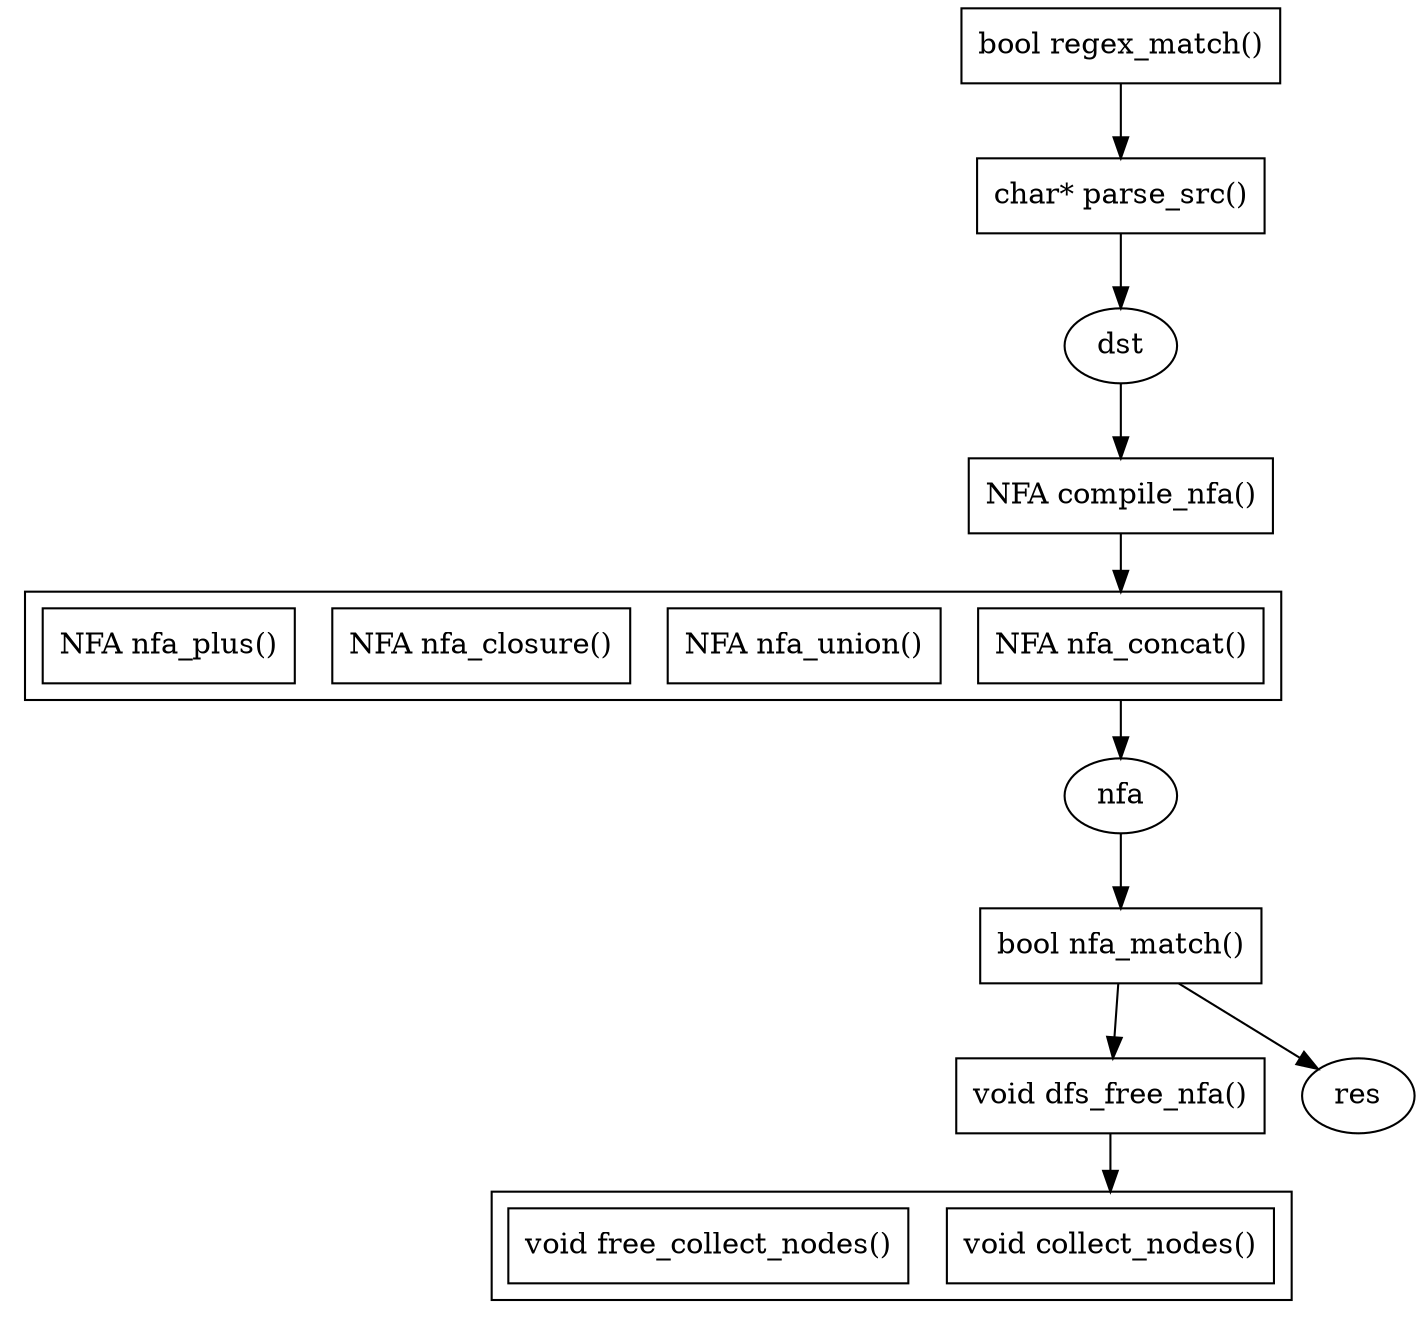
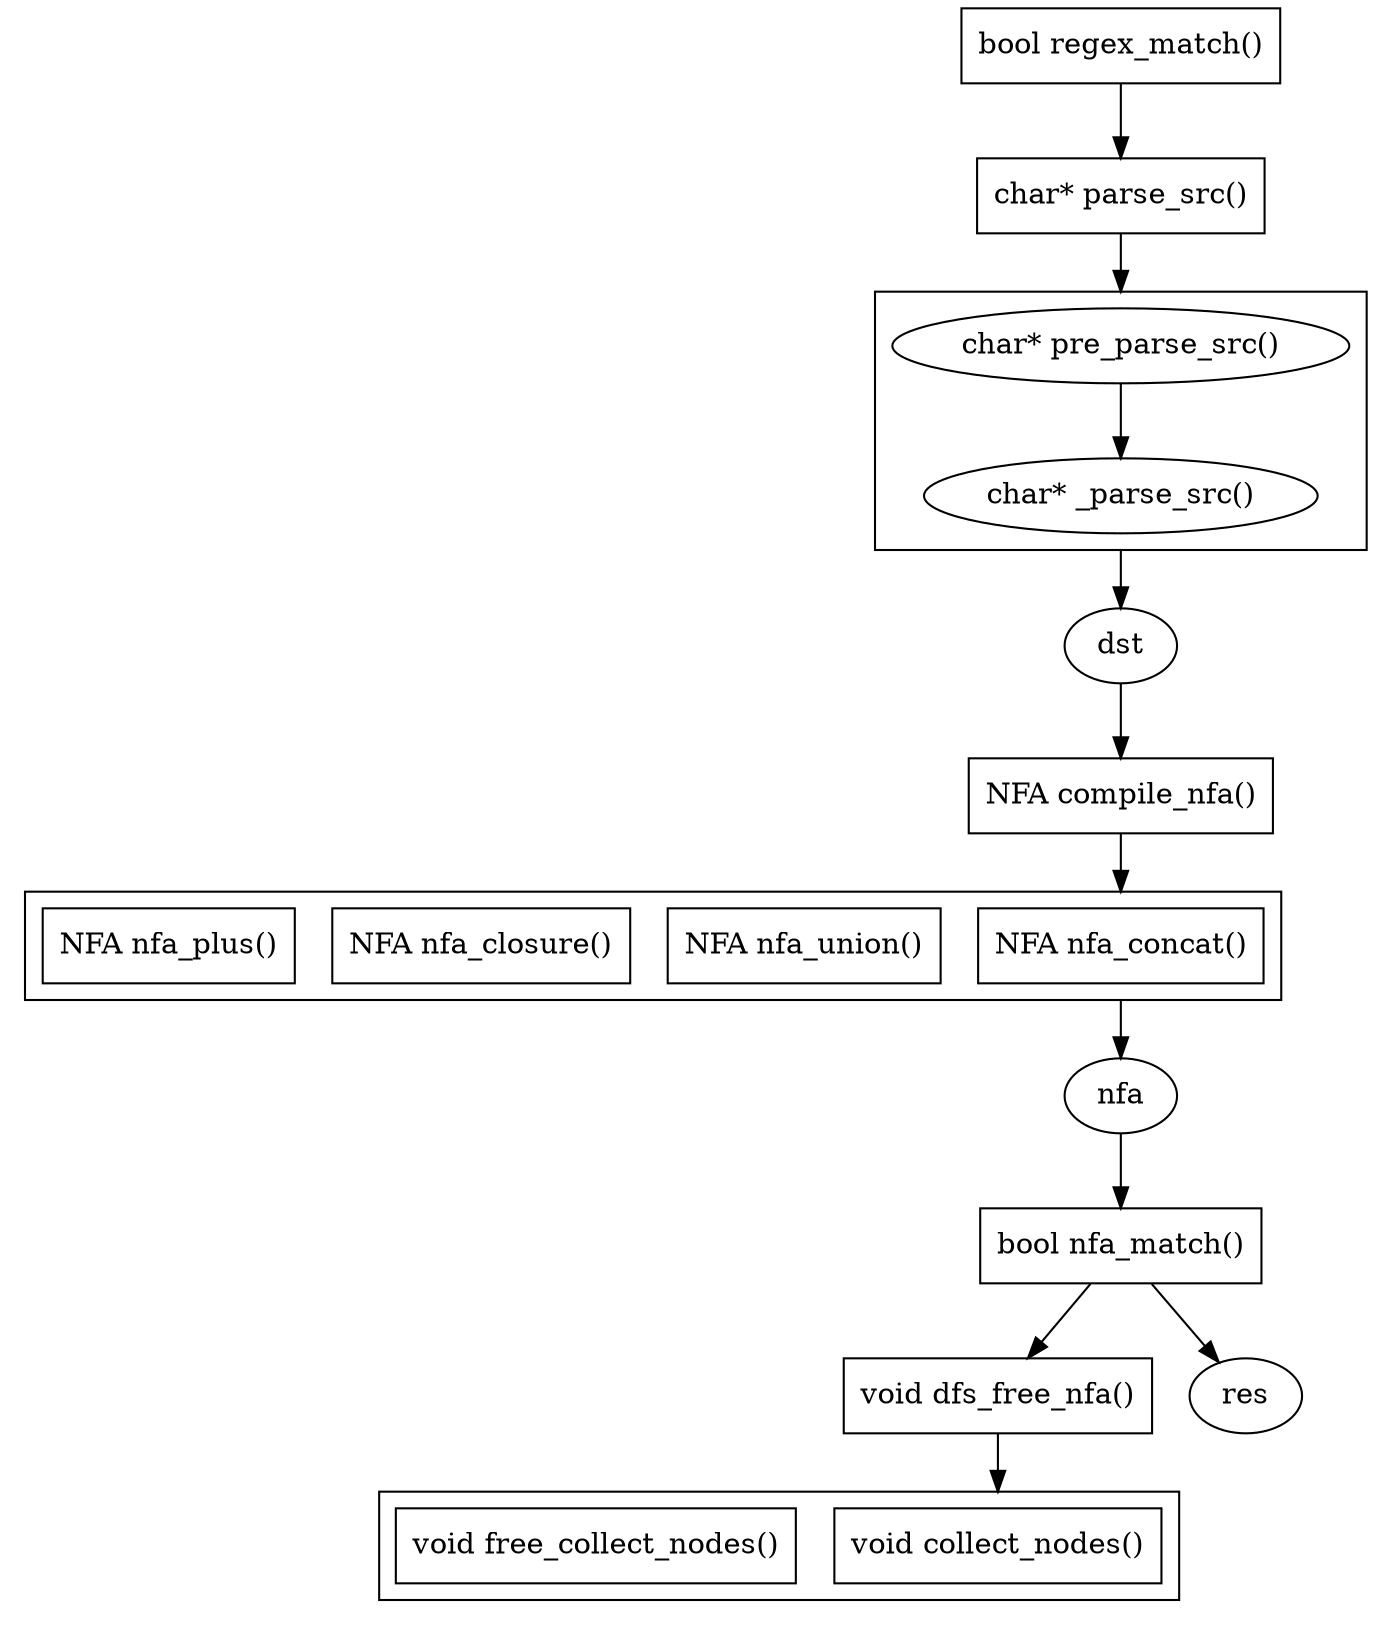
digraph G {
	rankdir = TB
	compound = true
- 	"bool regex_match()" -> "char* parse_src()" -> dst -> "NFA compile_nfa()"
+ 	"bool regex_match()" -> "char* parse_src()"
+ 		subgraph cluster_V {
+ 			 "char* pre_parse_src()" -> "char* _parse_src()"
+ 	}
+ 	"char* parse_src()" -> "char* pre_parse_src()" [lhead=cluster_V]
+ 	"char* _parse_src()" -> dst [ltail=cluster_V]
+ 
+ 	dst -> "NFA compile_nfa()"
	nfa -> "bool nfa_match()" -> "void dfs_free_nfa()"
	"bool nfa_match()"-> res
	subgraph cluster_T {
		 "NFA nfa_concat()" [shape=box]
		 "NFA nfa_union()" [shape=box]
		 "NFA nfa_closure()" [shape=box]
		 "NFA nfa_plus()" [shape=box]
	}
	"NFA compile_nfa()" -> "NFA nfa_concat()" [lhead=cluster_T]
	"NFA nfa_concat()" -> nfa [ltail=cluster_T]

	subgraph cluster_G {
		 "void collect_nodes()" [shape=box]
		 "void free_collect_nodes()" [shape=box]
	}
	"void dfs_free_nfa()" -> "void collect_nodes()" [lhead=cluster_G]

	"bool regex_match()" [shape=box]
	"char* parse_src()" [shape=box]
	"NFA compile_nfa()" [shape=box]
	"bool nfa_match()" [shape=box]
	"void dfs_free_nfa()" [shape=box]
}